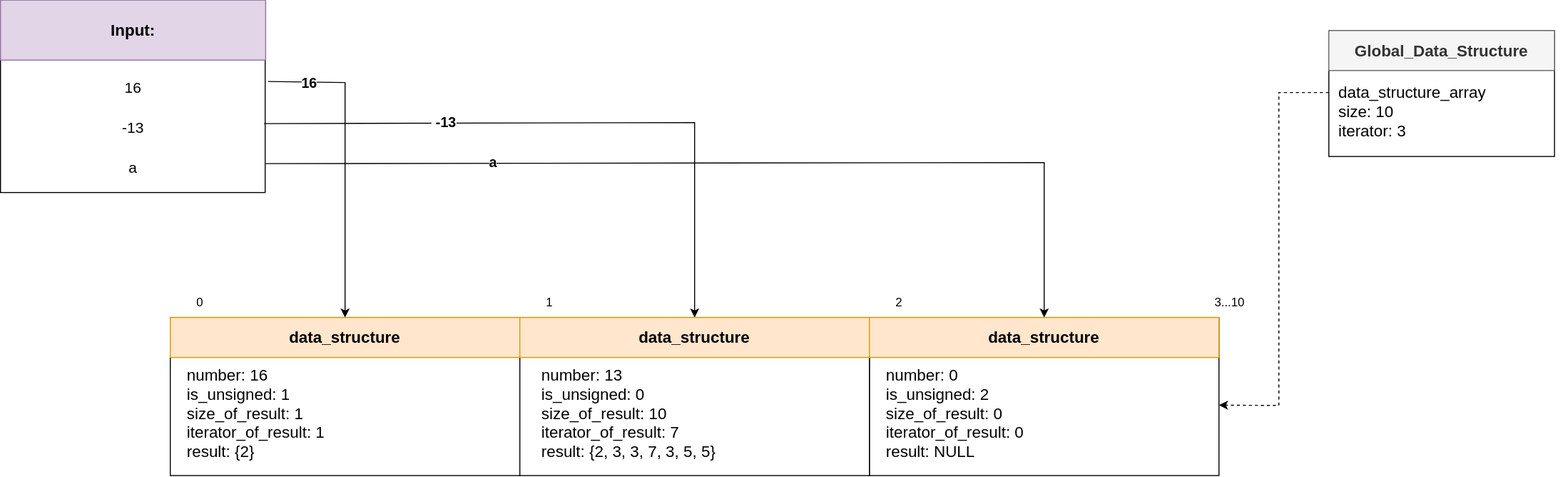
Above: homeworks/goldbach_serial/design/SVG/Ejemplo.drawio.svg in daperez03/CI-0117-Parallel-Workshops (draw.io), before the change. Source tidied: cells renumbered, new cells last; positions are measured from the earlier drawing's top-left corner, leaving out a move shared by most shapes.
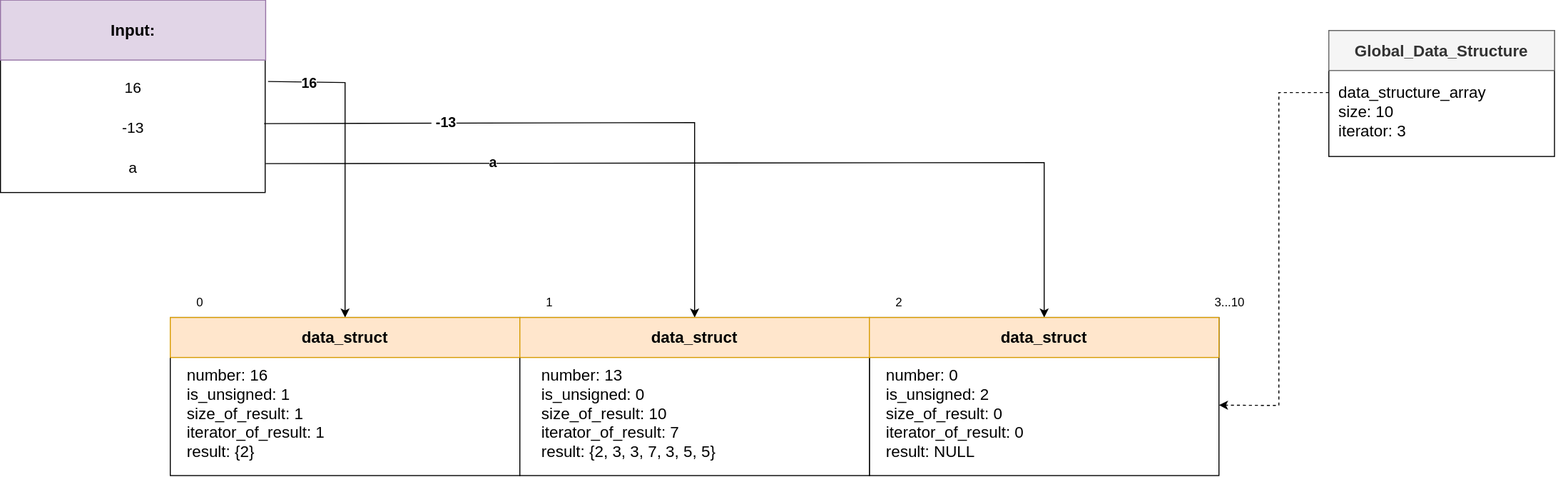
The same diagram one commit later.

Commit message:
Correccion en nombre de la estructura

What changed in the source:
```diff
@@ -69,16 +69,16 @@
     <mxCell id="17" style="rounded=0;whiteSpace=wrap;html=1;rotation=90;" parent="1" vertex="1">
       <mxGeometry x="266" y="241.1" width="158.1" height="350" as="geometry" />
     </mxCell>
-    <mxCell id="18" value="&lt;b style=&quot;font-size: 16px;&quot;&gt;data_structure&lt;/b&gt;" style="whiteSpace=wrap;html=1;align=center;fillColor=#ffe6cc;strokeColor=#d79b00;fontSize=16;" parent="1" vertex="1">
+    <mxCell id="18" value="&lt;b style=&quot;font-size: 16px;&quot;&gt;data_struct&lt;/b&gt;" style="whiteSpace=wrap;html=1;align=center;fillColor=#ffe6cc;strokeColor=#d79b00;fontSize=16;" parent="1" vertex="1">
       <mxGeometry x="170" y="337" width="350" height="40" as="geometry" />
     </mxCell>
     <mxCell id="19" style="rounded=0;whiteSpace=wrap;html=1;rotation=90;" parent="1" vertex="1">
       <mxGeometry x="616" y="241.1" width="158.1" height="350" as="geometry" />
     </mxCell>
-    <mxCell id="20" value="&lt;b style=&quot;font-size: 16px;&quot;&gt;data_structure&lt;/b&gt;" style="whiteSpace=wrap;html=1;align=center;fillColor=#ffe6cc;strokeColor=#d79b00;fontSize=16;" parent="1" vertex="1">
+    <mxCell id="20" value="&lt;b style=&quot;font-size: 16px;&quot;&gt;data_struct&lt;/b&gt;" style="whiteSpace=wrap;html=1;align=center;fillColor=#ffe6cc;strokeColor=#d79b00;fontSize=16;" parent="1" vertex="1">
       <mxGeometry x="520" y="337" width="350" height="40" as="geometry" />
     </mxCell>
-    <mxCell id="21" value="&lt;b style=&quot;font-size: 16px;&quot;&gt;data_structure&lt;/b&gt;" style="whiteSpace=wrap;html=1;align=center;fillColor=#ffe6cc;strokeColor=#d79b00;fontSize=16;" parent="1" vertex="1">
+    <mxCell id="21" value="&lt;b style=&quot;font-size: 16px;&quot;&gt;data_struct&lt;/b&gt;" style="whiteSpace=wrap;html=1;align=center;fillColor=#ffe6cc;strokeColor=#d79b00;fontSize=16;" parent="1" vertex="1">
       <mxGeometry x="870" y="337" width="350" height="40" as="geometry" />
     </mxCell>
     <mxCell id="22" style="rounded=0;whiteSpace=wrap;html=1;rotation=90;" parent="1" vertex="1">
```
